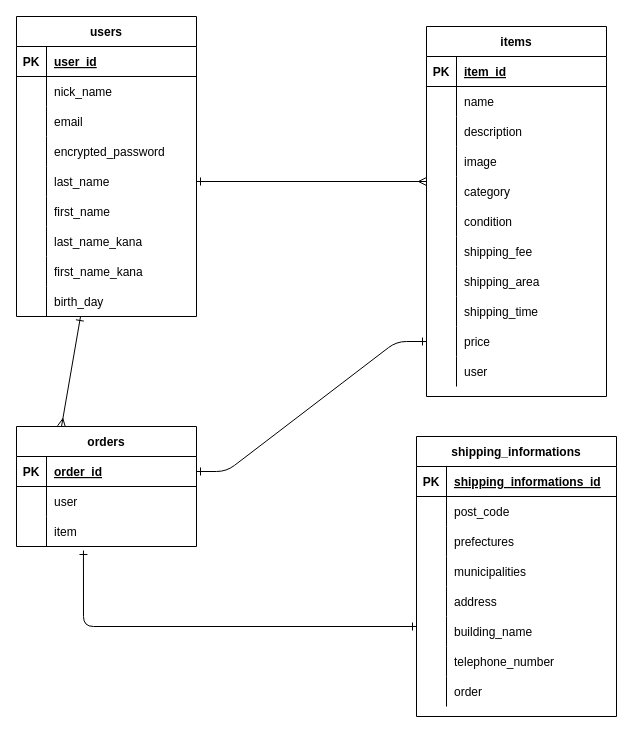
Before: test.dio in barisutagensen/furima-37150, a draw.io diagram. Source tidied: cells renumbered, new cells numbered last; positions are measured from the earlier drawing's top-left corner, leaving out a move shared by most shapes. Both pictures are drawn from the tidied source at 100%, with x=0, y=0 at pixel (16, 16).
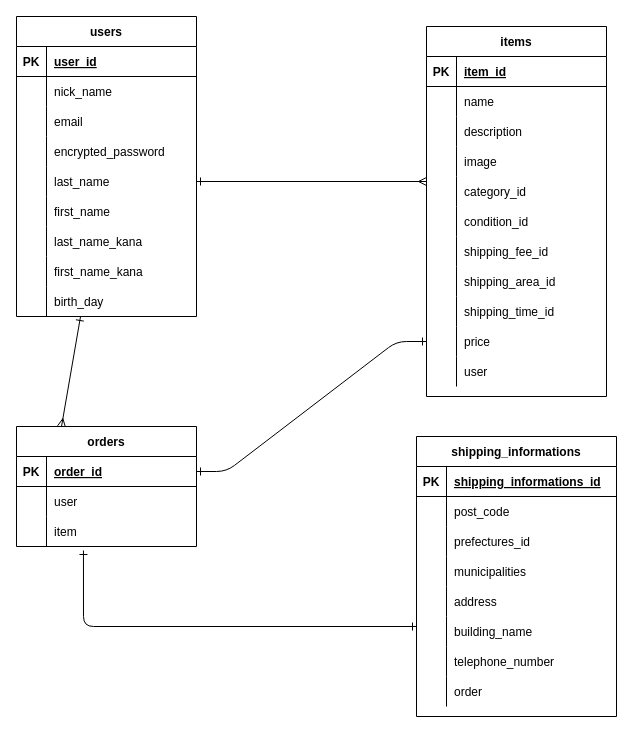
The same page after the edit.

Commit message (it also covers changes not shown here):
README・ER図の修正２回目

The change refers to these unchanged cells:
```xml
<mxCell id="45" style="shape=partialRectangle;fillColor=none;top=0;left=0;bottom=0;right=0;" parent="32" vertex="1">
  <mxGeometry y="150" width="180" height="30" as="geometry" />
</mxCell>
<mxCell id="48" style="shape=partialRectangle;fillColor=none;top=0;left=0;bottom=0;right=0;" parent="32" vertex="1">
  <mxGeometry y="180" width="180" height="30" as="geometry" />
</mxCell>
<mxCell id="51" style="shape=partialRectangle;fillColor=none;top=0;left=0;bottom=0;right=0;" parent="32" vertex="1">
  <mxGeometry y="210" width="180" height="30" as="geometry" />
</mxCell>
<mxCell id="54" style="shape=partialRectangle;fillColor=none;top=0;left=0;bottom=0;right=0;" parent="32" vertex="1">
  <mxGeometry y="240" width="180" height="30" as="geometry" />
</mxCell>
<mxCell id="57" style="shape=partialRectangle;fillColor=none;top=0;left=0;bottom=0;right=0;" parent="32" vertex="1">
  <mxGeometry y="270" width="180" height="30" as="geometry" />
</mxCell>
<mxCell id="73" style="shape=partialRectangle;fillColor=none;top=0;left=0;bottom=0;right=0;" parent="66" vertex="1">
  <mxGeometry y="90" width="200" height="30" as="geometry" />
</mxCell>
```

Change to the diagram source:
```diff
@@
-    <mxCell id="47" value="category" style="shape=partialRectangle;fillColor=none;top=0;left=0;bottom=0;right=0;align=left;spacingLeft=6;overflow=hidden;" parent="45" vertex="1">
+    <mxCell id="47" value="category_id" style="shape=partialRectangle;fillColor=none;top=0;left=0;bottom=0;right=0;align=left;spacingLeft=6;overflow=hidden;" parent="45" vertex="1">
       <mxGeometry x="30" width="150" height="30" as="geometry" />
     </mxCell>
@@
-    <mxCell id="50" value="condition" style="shape=partialRectangle;fillColor=none;top=0;left=0;bottom=0;right=0;align=left;spacingLeft=6;overflow=hidden;" parent="48" vertex="1">
+    <mxCell id="50" value="condition_id" style="shape=partialRectangle;fillColor=none;top=0;left=0;bottom=0;right=0;align=left;spacingLeft=6;overflow=hidden;" parent="48" vertex="1">
       <mxGeometry x="30" width="150" height="30" as="geometry" />
     </mxCell>
@@
-    <mxCell id="53" value="shipping_fee" style="shape=partialRectangle;fillColor=none;top=0;left=0;bottom=0;right=0;align=left;spacingLeft=6;overflow=hidden;" parent="51" vertex="1">
+    <mxCell id="53" value="shipping_fee_id" style="shape=partialRectangle;fillColor=none;top=0;left=0;bottom=0;right=0;align=left;spacingLeft=6;overflow=hidden;" parent="51" vertex="1">
       <mxGeometry x="30" width="150" height="30" as="geometry" />
     </mxCell>
@@
-    <mxCell id="56" value="shipping_area" style="shape=partialRectangle;fillColor=none;top=0;left=0;bottom=0;right=0;align=left;spacingLeft=6;overflow=hidden;" parent="54" vertex="1">
+    <mxCell id="56" value="shipping_area_id" style="shape=partialRectangle;fillColor=none;top=0;left=0;bottom=0;right=0;align=left;spacingLeft=6;overflow=hidden;" parent="54" vertex="1">
       <mxGeometry x="30" width="150" height="30" as="geometry" />
     </mxCell>
@@
-    <mxCell id="59" value="shipping_time" style="shape=partialRectangle;fillColor=none;top=0;left=0;bottom=0;right=0;align=left;spacingLeft=6;overflow=hidden;" parent="57" vertex="1">
+    <mxCell id="59" value="shipping_time_id" style="shape=partialRectangle;fillColor=none;top=0;left=0;bottom=0;right=0;align=left;spacingLeft=6;overflow=hidden;" parent="57" vertex="1">
       <mxGeometry x="30" width="150" height="30" as="geometry" />
     </mxCell>
@@
-    <mxCell id="75" value="prefectures" style="shape=partialRectangle;fillColor=none;top=0;left=0;bottom=0;right=0;align=left;spacingLeft=6;overflow=hidden;" parent="73" vertex="1">
+    <mxCell id="75" value="prefectures_id" style="shape=partialRectangle;fillColor=none;top=0;left=0;bottom=0;right=0;align=left;spacingLeft=6;overflow=hidden;" parent="73" vertex="1">
       <mxGeometry x="30" width="170" height="30" as="geometry" />
     </mxCell>
```
